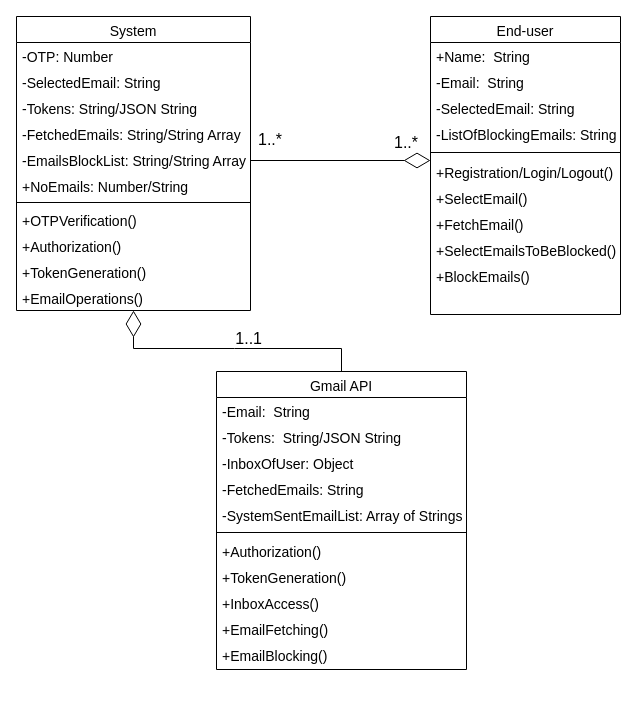
Above: Class Diagram.drawio in Yash7200/CP-3 (draw.io), before the change. Source tidied: cells renumbered, new cells numbered last; positions are measured from the earlier drawing's top-left corner, leaving out a move shared by most shapes. Both pictures are drawn from the tidied source at 100%, with x=0, y=0 at pixel (16, -12).
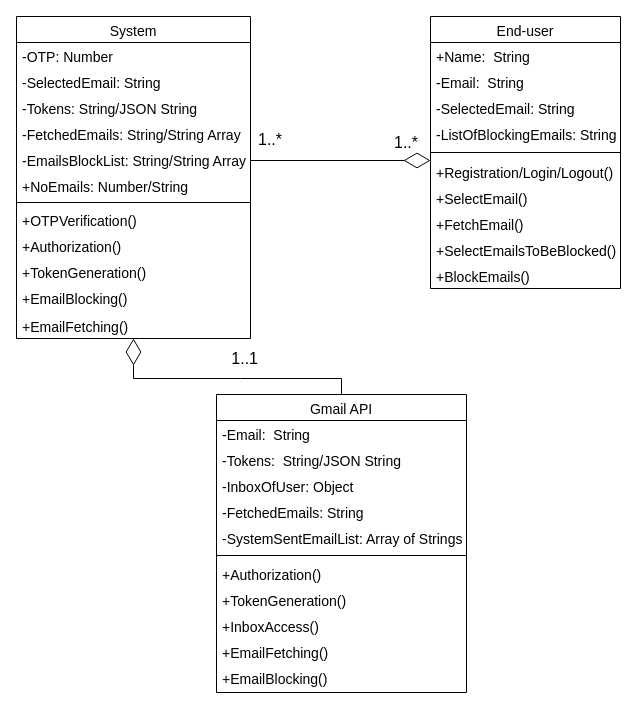
The same diagram, later.

Change to the diagram source:
```diff
@@
     <mxCell id="2" value="System" style="swimlane;fontStyle=0;align=center;verticalAlign=top;horizontal=1;startSize=26;rounded=0;shadow=0;strokeWidth=1;fillColor=none;fontSize=14;" parent="1" vertex="1">
-      <mxGeometry y="28" width="234" height="294" as="geometry" />
+      <mxGeometry y="28" width="234" height="322" as="geometry" />
     </mxCell>
@@
-    <mxCell id="13" value="+EmailOperations()" style="text;align=left;verticalAlign=top;spacingLeft=4;spacingRight=4;overflow=hidden;fontSize=14;" parent="2" vertex="1">
-      <mxGeometry y="268" width="234" height="26" as="geometry" />
-    </mxCell>
+    <mxCell id="36" value="+EmailBlocking()" style="text;align=left;verticalAlign=top;spacingLeft=4;spacingRight=4;overflow=hidden;fontSize=14;" parent="2" vertex="1">
+      <mxGeometry y="268" width="234" height="28" as="geometry" />
+    </mxCell>
+    <mxCell id="35" value="+EmailFetching()" style="text;align=left;verticalAlign=top;spacingLeft=4;spacingRight=4;overflow=hidden;fontSize=14;" parent="2" vertex="1">
+      <mxGeometry y="296" width="234" height="26" as="geometry" />
+    </mxCell>
     <mxCell id="14" value="End-user" style="swimlane;fontStyle=0;align=center;verticalAlign=top;horizontal=1;startSize=26;rounded=0;shadow=0;strokeWidth=1;fontSize=14;" parent="1" vertex="1">
-      <mxGeometry x="414" y="28" width="190" height="298" as="geometry" />
+      <mxGeometry x="414" y="28" width="190" height="272" as="geometry" />
     </mxCell>
@@
     <mxCell id="25" value="Gmail API" style="swimlane;fontStyle=0;align=center;verticalAlign=top;horizontal=1;startSize=26;rounded=0;shadow=0;strokeWidth=1;fontSize=14;" parent="1" vertex="1">
-      <mxGeometry x="200" y="383" width="250" height="298" as="geometry" />
+      <mxGeometry x="200" y="406" width="250" height="298" as="geometry" />
     </mxCell>
@@
-    <mxCell id="35" value="+EmailFetching()" style="text;align=left;verticalAlign=top;spacingLeft=4;spacingRight=4;overflow=hidden;fontSize=14;" parent="25" vertex="1">
-      <mxGeometry y="244" width="250" height="26" as="geometry" />
-    </mxCell>
-    <mxCell id="36" value="+EmailBlocking()" style="text;align=left;verticalAlign=top;spacingLeft=4;spacingRight=4;overflow=hidden;fontSize=14;" parent="25" vertex="1">
-      <mxGeometry y="270" width="250" height="28" as="geometry" />
-    </mxCell>
+    <mxCell id="42" value="+EmailFetching()" style="text;align=left;verticalAlign=top;spacingLeft=4;spacingRight=4;overflow=hidden;fontSize=14;" parent="25" vertex="1">
+      <mxGeometry y="244" width="250" height="26" as="geometry" />
+    </mxCell>
+    <mxCell id="43" value="+EmailBlocking()" style="text;align=left;verticalAlign=top;spacingLeft=4;spacingRight=4;overflow=hidden;fontSize=14;" parent="25" vertex="1">
+      <mxGeometry y="270" width="250" height="28" as="geometry" />
+    </mxCell>
     <mxCell id="37" value="1..1" style="align=right;verticalAlign=bottom;labelBackgroundColor=none;fontSize=16;" parent="1" vertex="1">
-      <mxGeometry x="248" y="360" as="geometry">
+      <mxGeometry x="244" y="380" as="geometry">
         <mxPoint x="-1" as="offset" />
       </mxGeometry>
     </mxCell>
@@
     <mxCell id="41" style="endArrow=diamondThin;endFill=0;endSize=24;html=1;rounded=0;fontSize=16;entryX=0.5;entryY=1;entryDx=0;entryDy=0;exitX=0.5;exitY=0;exitDx=0;exitDy=0;" parent="1" edge="1" source="25" target="2">
       <mxGeometry relative="1" as="geometry">
         <Array as="points">
-          <mxPoint x="325" y="360" />
-          <mxPoint x="218" y="360" />
-          <mxPoint x="117" y="360" />
+          <mxPoint x="325" y="390" />
+          <mxPoint x="224" y="390" />
+          <mxPoint x="117" y="390" />
         </Array>
       </mxGeometry>
     </mxCell>
```
